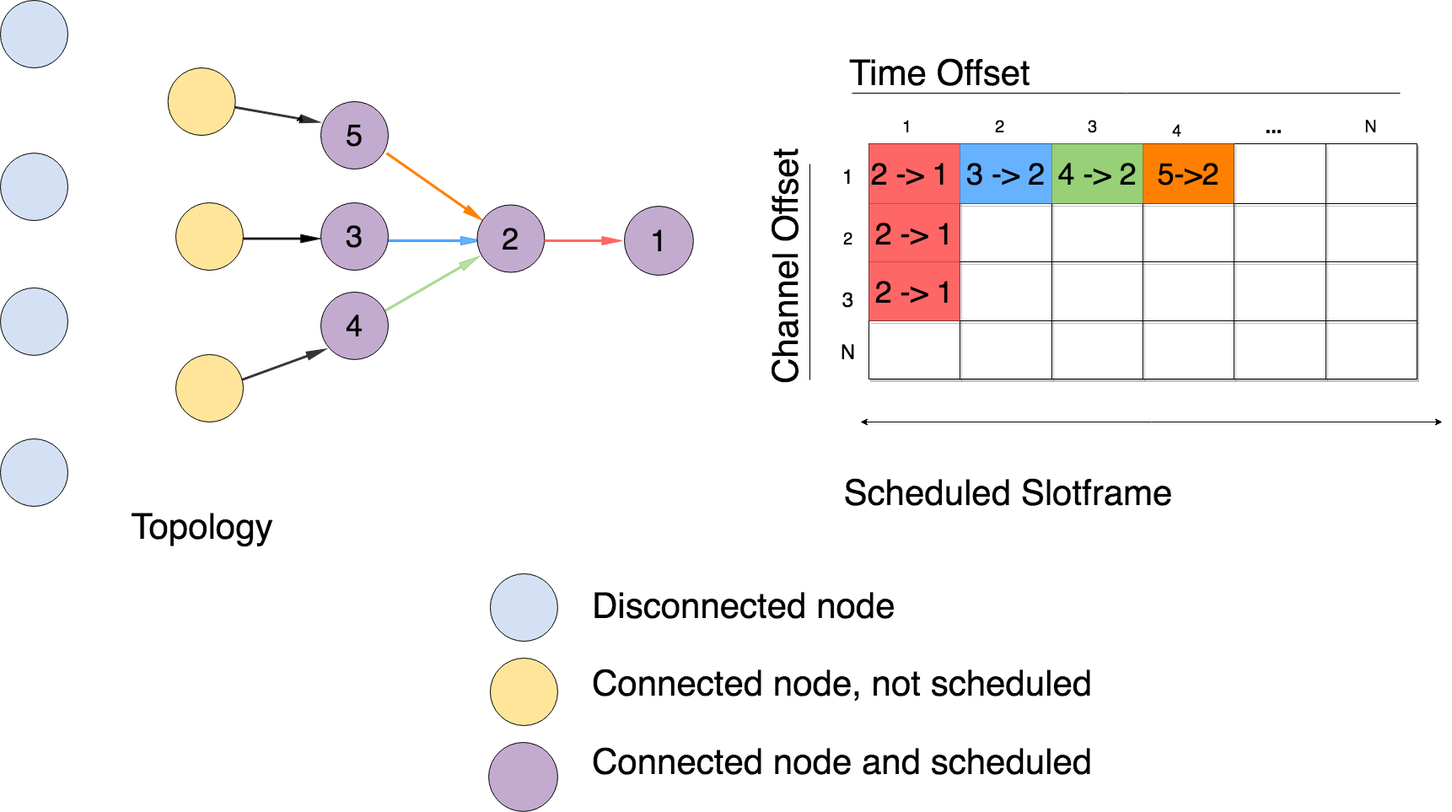
Before: Figures/newSlotSchema.png, a diagram exported from draw.io (guiaguiar27/IC). Source tidied: cells renumbered, new cells last; positions are measured from the earlier drawing's top-left corner, leaving out a move shared by most shapes.
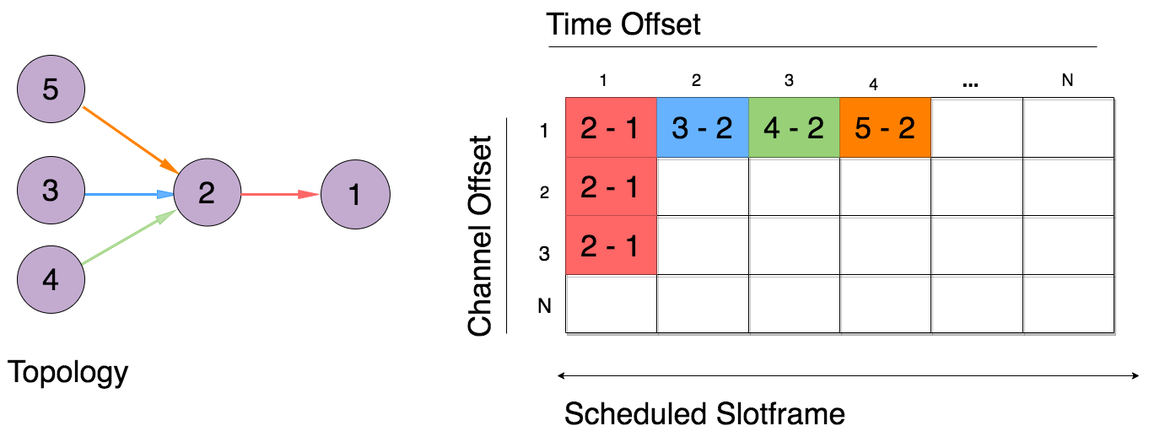
After the commit.

Diff of the diagram source:
```diff
@@ -8,16 +8,16 @@
     <mxCell id="3" style="shape=partialRectangle;html=1;whiteSpace=wrap;fillColor=none;top=0;left=0;bottom=0;right=0;" parent="2" vertex="1">
       <mxGeometry width="650" height="71" as="geometry" />
     </mxCell>
-    <mxCell id="4" value="&lt;p&gt;&lt;font style=&quot;font-size: 36px&quot;&gt;2 -&amp;gt; 1&amp;nbsp;&lt;/font&gt;&lt;/p&gt;" style="shape=partialRectangle;html=1;whiteSpace=wrap;overflow=hidden;fillColor=#FF6666;top=0;left=0;bottom=0;right=0;" parent="3" vertex="1">
+    <mxCell id="4" value="&lt;p&gt;&lt;font style=&quot;font-size: 36px&quot;&gt;2 - 1&lt;/font&gt;&lt;/p&gt;" style="shape=partialRectangle;html=1;whiteSpace=wrap;overflow=hidden;fillColor=#FF6666;top=0;left=0;bottom=0;right=0;" parent="3" vertex="1">
       <mxGeometry width="108" height="71" as="geometry" />
     </mxCell>
-    <mxCell id="5" value="&lt;p&gt;&lt;font style=&quot;font-size: 36px&quot;&gt;3 -&amp;gt; 2&lt;/font&gt;&lt;/p&gt;" style="shape=partialRectangle;html=1;whiteSpace=wrap;overflow=hidden;fillColor=#66B2FF;top=0;left=0;bottom=0;right=0;" parent="3" vertex="1">
+    <mxCell id="5" value="&lt;p&gt;&lt;font style=&quot;font-size: 36px&quot;&gt;3 - 2&lt;/font&gt;&lt;/p&gt;" style="shape=partialRectangle;html=1;whiteSpace=wrap;overflow=hidden;fillColor=#66B2FF;top=0;left=0;bottom=0;right=0;" parent="3" vertex="1">
       <mxGeometry x="108" width="109" height="71" as="geometry" />
     </mxCell>
-    <mxCell id="6" value="&lt;p&gt;&lt;font face=&quot;helvetica&quot; style=&quot;font-size: 36px&quot;&gt;4 -&amp;gt; 2&lt;/font&gt;&lt;/p&gt;" style="shape=partialRectangle;html=1;whiteSpace=wrap;overflow=hidden;fillColor=#97D077;top=0;left=0;bottom=0;right=0;" parent="3" vertex="1">
+    <mxCell id="6" value="&lt;p&gt;&lt;font face=&quot;helvetica&quot; style=&quot;font-size: 36px&quot;&gt;4 - 2&lt;/font&gt;&lt;/p&gt;" style="shape=partialRectangle;html=1;whiteSpace=wrap;overflow=hidden;fillColor=#97D077;top=0;left=0;bottom=0;right=0;" parent="3" vertex="1">
       <mxGeometry x="217" width="108" height="71" as="geometry" />
     </mxCell>
-    <mxCell id="7" value="&lt;p&gt;&lt;font style=&quot;font-size: 36px&quot;&gt;5-&amp;gt;2&lt;/font&gt;&lt;/p&gt;" style="shape=partialRectangle;html=1;whiteSpace=wrap;overflow=hidden;fillColor=#FF8000;top=0;left=0;bottom=0;right=0;" parent="3" vertex="1">
+    <mxCell id="7" value="&lt;p&gt;&lt;font style=&quot;font-size: 36px&quot;&gt;5 - 2&lt;/font&gt;&lt;/p&gt;" style="shape=partialRectangle;html=1;whiteSpace=wrap;overflow=hidden;fillColor=#FF8000;top=0;left=0;bottom=0;right=0;" parent="3" vertex="1">
       <mxGeometry x="325" width="108" height="71" as="geometry" />
     </mxCell>
     <mxCell id="8" style="shape=partialRectangle;html=1;whiteSpace=wrap;overflow=hidden;fillColor=none;top=0;left=0;bottom=0;right=0;" parent="3" vertex="1">
@@ -29,7 +29,7 @@
     <mxCell id="10" style="shape=partialRectangle;html=1;whiteSpace=wrap;fillColor=none;top=0;left=0;bottom=0;right=0;" parent="2" vertex="1">
       <mxGeometry y="71" width="650" height="69" as="geometry" />
     </mxCell>
-    <mxCell id="11" value="&lt;p&gt;&lt;font face=&quot;helvetica&quot; style=&quot;font-size: 36px&quot;&gt;2 -&amp;gt; 1&lt;/font&gt;&lt;/p&gt;" style="shape=partialRectangle;html=1;whiteSpace=wrap;overflow=hidden;fillColor=#FF6666;top=0;left=0;bottom=0;right=0;strokeColor=#FF6666;" parent="10" vertex="1">
+    <mxCell id="11" value="&lt;p&gt;&lt;font face=&quot;helvetica&quot; style=&quot;font-size: 36px&quot;&gt;2 - 1&lt;/font&gt;&lt;/p&gt;" style="shape=partialRectangle;html=1;whiteSpace=wrap;overflow=hidden;fillColor=#FF6666;top=0;left=0;bottom=0;right=0;strokeColor=#FF6666;" parent="10" vertex="1">
       <mxGeometry width="108" height="69" as="geometry" />
     </mxCell>
     <mxCell id="12" style="shape=partialRectangle;html=1;whiteSpace=wrap;overflow=hidden;fillColor=none;top=0;left=0;bottom=0;right=0;" parent="10" vertex="1">
@@ -50,7 +50,7 @@
     <mxCell id="17" style="shape=partialRectangle;html=1;whiteSpace=wrap;fillColor=none;top=0;left=0;bottom=0;right=0;" parent="2" vertex="1">
       <mxGeometry y="140" width="650" height="70" as="geometry" />
     </mxCell>
-    <mxCell id="18" value="&lt;p&gt;&lt;font face=&quot;helvetica&quot; style=&quot;font-size: 36px&quot;&gt;2 -&amp;gt; 1&lt;/font&gt;&lt;/p&gt;" style="shape=partialRectangle;html=1;whiteSpace=wrap;overflow=hidden;fillColor=#FF6666;top=0;left=0;bottom=0;right=0;" parent="17" vertex="1">
+    <mxCell id="18" value="&lt;p&gt;&lt;span style=&quot;font-family: &amp;#34;helvetica&amp;#34; ; font-size: 36px&quot;&gt;2 - 1&lt;/span&gt;&lt;br&gt;&lt;/p&gt;" style="shape=partialRectangle;html=1;whiteSpace=wrap;overflow=hidden;fillColor=#FF6666;top=0;left=0;bottom=0;right=0;" parent="17" vertex="1">
       <mxGeometry width="108" height="70" as="geometry" />
     </mxCell>
     <mxCell id="19" style="shape=partialRectangle;html=1;whiteSpace=wrap;overflow=hidden;fillColor=none;top=0;left=0;bottom=0;right=0;" parent="17" vertex="1">
@@ -125,27 +125,9 @@
     <mxCell id="41" value="&lt;p&gt;&lt;br&gt;&lt;/p&gt;" style="text;html=1;align=center;verticalAlign=middle;rotation=-90;" parent="1" vertex="1">
       <mxGeometry x="895" y="289.5" width="20" height="40" as="geometry" />
     </mxCell>
-    <mxCell id="42" value="&lt;font style=&quot;font-size: 42px&quot;&gt;Topology&lt;/font&gt;" style="text;html=1;align=center;verticalAlign=middle;" parent="1" vertex="1">
-      <mxGeometry x="148.7" y="610" width="180" height="30" as="geometry" />
+    <mxCell id="42" value="&lt;font style=&quot;font-size: 36px&quot;&gt;Topology&lt;/font&gt;" style="text;html=1;align=center;verticalAlign=middle;" parent="1" vertex="1">
+      <mxGeometry x="360" y="480" width="160" height="30" as="geometry" />
     </mxCell>
-    <mxCell id="43" style="html=1;shadow=0;dashed=0;align=center;verticalAlign=middle;shape=mxgraph.arrows2.arrow;dy=0.8;dx=24;notch=0;strokeColor=#333333;fillColor=#333333;rotation=10;" parent="1" vertex="1">
-      <mxGeometry x="270" y="130" width="110" height="10" as="geometry" />
-    </mxCell>
-    <mxCell id="44" style="html=1;shadow=0;dashed=0;align=center;verticalAlign=middle;shape=mxgraph.arrows2.arrow;dy=0.8;dx=24;notch=0;strokeColor=#333333;fillColor=#000000;rotation=0;" parent="1" vertex="1">
-      <mxGeometry x="288" y="277.5" width="92" height="10" as="geometry" />
-    </mxCell>
-    <mxCell id="45" style="html=1;shadow=0;dashed=0;align=center;verticalAlign=middle;shape=mxgraph.arrows2.arrow;dy=0.8;dx=24;notch=0;strokeColor=#333333;fillColor=#333333;rotation=-20;" parent="1" vertex="1">
-      <mxGeometry x="278.7" y="427.5" width="111.3" height="10" as="geometry" />
-    </mxCell>
-    <mxCell id="46" style="ellipse;whiteSpace=wrap;html=1;fillColor=#FFE599;" parent="1" vertex="1">
-      <mxGeometry x="198.7" y="80" width="80" height="80" as="geometry" />
-    </mxCell>
-    <mxCell id="47" style="ellipse;whiteSpace=wrap;html=1;fillColor=#FFE599;" parent="1" vertex="1">
-      <mxGeometry x="208" y="240" width="80" height="80" as="geometry" />
-    </mxCell>
-    <mxCell id="48" style="ellipse;whiteSpace=wrap;html=1;fillColor=#FFE599;" parent="1" vertex="1">
-      <mxGeometry x="208" y="420" width="80" height="80" as="geometry" />
-    </mxCell>
     <mxCell id="49" value="&lt;font style=&quot;font-size: 24px&quot;&gt;1&lt;/font&gt;" style="text;html=1;align=center;verticalAlign=middle;" parent="1" vertex="1">
       <mxGeometry x="990" y="200" width="30" height="20" as="geometry" />
     </mxCell>
@@ -188,47 +170,14 @@
         <mxPoint x="1710" y="500" as="targetPoint" />
       </mxGeometry>
     </mxCell>
-    <mxCell id="61" value="&lt;p&gt;&lt;font style=&quot;font-size: 42px&quot;&gt;Scheduled Slotframe&lt;/font&gt;&lt;/p&gt;" style="text;html=1;align=center;verticalAlign=middle;" parent="1" vertex="1">
-      <mxGeometry x="990" y="560" width="410" height="50" as="geometry" />
+    <mxCell id="61" value="&lt;p&gt;&lt;font style=&quot;font-size: 36px&quot;&gt;Scheduled Slotframe&lt;/font&gt;&lt;/p&gt;" style="text;html=1;align=center;verticalAlign=middle;" parent="1" vertex="1">
+      <mxGeometry x="1020" y="520" width="350" height="50" as="geometry" />
     </mxCell>
-    <mxCell id="62" style="edgeStyle=orthogonalEdgeStyle;rounded=0;orthogonalLoop=1;jettySize=auto;html=1;exitX=0;exitY=0;exitDx=86;exitDy=10;exitPerimeter=0;entryX=0;entryY=0;entryDx=86;entryDy=0;entryPerimeter=0;fontSize=36;" parent="1" edge="1" source="43" target="43">
-      <mxGeometry relative="1" as="geometry" />
-    </mxCell>
-    <mxCell id="63" style="ellipse;whiteSpace=wrap;html=1;fillColor=#D4E1F5;" parent="1" vertex="1">
-      <mxGeometry width="80" height="80" as="geometry" />
-    </mxCell>
-    <mxCell id="64" style="ellipse;whiteSpace=wrap;html=1;fillColor=#D4E1F5;" parent="1" vertex="1">
-      <mxGeometry y="181.1" width="80" height="80" as="geometry" />
-    </mxCell>
-    <mxCell id="65" style="ellipse;whiteSpace=wrap;html=1;fillColor=#D4E1F5;" parent="1" vertex="1">
-      <mxGeometry y="340.9" width="80" height="80" as="geometry" />
-    </mxCell>
-    <mxCell id="66" style="ellipse;whiteSpace=wrap;html=1;fillColor=#D4E1F5;" parent="1" vertex="1">
-      <mxGeometry y="520" width="80" height="80" as="geometry" />
-    </mxCell>
-    <mxCell id="67" style="ellipse;whiteSpace=wrap;html=1;fillColor=#D4E1F5;" parent="1" vertex="1">
-      <mxGeometry x="580.9" y="680" width="80" height="80" as="geometry" />
-    </mxCell>
-    <mxCell id="68" style="ellipse;whiteSpace=wrap;html=1;fillColor=#FFE599;" parent="1" vertex="1">
-      <mxGeometry x="580.9" y="780" width="80" height="80" as="geometry" />
-    </mxCell>
-    <mxCell id="69" style="ellipse;whiteSpace=wrap;html=1;fillColor=#C3ABD0;" parent="1" vertex="1">
-      <mxGeometry x="579.1" y="880" width="81.8" height="81.8" as="geometry" />
-    </mxCell>
-    <mxCell id="70" value="&lt;div style=&quot;text-align: center&quot;&gt;&lt;font style=&quot;font-size: 42px&quot;&gt;Disconnected node&lt;/font&gt;&lt;/div&gt;" style="text;whiteSpace=wrap;html=1;fontSize=36;" parent="1" vertex="1">
-      <mxGeometry x="700" y="687.5" width="390" height="65" as="geometry" />
-    </mxCell>
-    <mxCell id="71" value="&lt;div style=&quot;text-align: center&quot;&gt;&lt;font style=&quot;font-size: 42px&quot;&gt;Time Offset&lt;/font&gt;&lt;/div&gt;" style="text;whiteSpace=wrap;html=1;fontSize=36;" parent="1" vertex="1">
+    <mxCell id="71" value="&lt;div style=&quot;text-align: center&quot;&gt;&lt;font style=&quot;font-size: 36px&quot;&gt;Time Offset&lt;/font&gt;&lt;/div&gt;" style="text;whiteSpace=wrap;html=1;fontSize=36;" parent="1" vertex="1">
       <mxGeometry x="1005" y="55" width="390" height="65" as="geometry" />
     </mxCell>
-    <mxCell id="72" value="&lt;div style=&quot;text-align: center&quot;&gt;&lt;font style=&quot;font-size: 42px&quot;&gt;Channel Offset&lt;/font&gt;&lt;/div&gt;" style="text;whiteSpace=wrap;html=1;fontSize=36;rotation=-90;" parent="1" vertex="1">
+    <mxCell id="72" value="&lt;div style=&quot;text-align: center&quot;&gt;&lt;font style=&quot;font-size: 36px&quot;&gt;Channel Offset&lt;/font&gt;&lt;/div&gt;" style="text;whiteSpace=wrap;html=1;fontSize=36;rotation=-90;" parent="1" vertex="1">
       <mxGeometry x="737.4" y="230" width="390" height="65" as="geometry" />
     </mxCell>
-    <mxCell id="73" value="&lt;div style=&quot;text-align: center&quot;&gt;&lt;span style=&quot;font-family: &amp;#34;helvetica&amp;#34;&quot;&gt;&lt;font style=&quot;font-size: 42px&quot;&gt;Connected node, not scheduled&lt;/font&gt;&lt;/span&gt;&lt;br&gt;&lt;/div&gt;" style="text;whiteSpace=wrap;html=1;fontSize=36;" parent="1" vertex="1">
-      <mxGeometry x="700" y="778.8" width="689.1" height="81.2" as="geometry" />
-    </mxCell>
-    <mxCell id="74" value="&lt;span style=&quot;font-family: &amp;#34;helvetica&amp;#34; ; text-align: center&quot;&gt;&lt;font style=&quot;font-size: 42px&quot;&gt;Connected node and scheduled&lt;/font&gt;&lt;/span&gt;" style="text;whiteSpace=wrap;html=1;fontSize=42;" parent="1" vertex="1">
-      <mxGeometry x="700" y="871.9" width="690" height="90" as="geometry" />
-    </mxCell>
   </root>
 </mxGraphModel>
```
